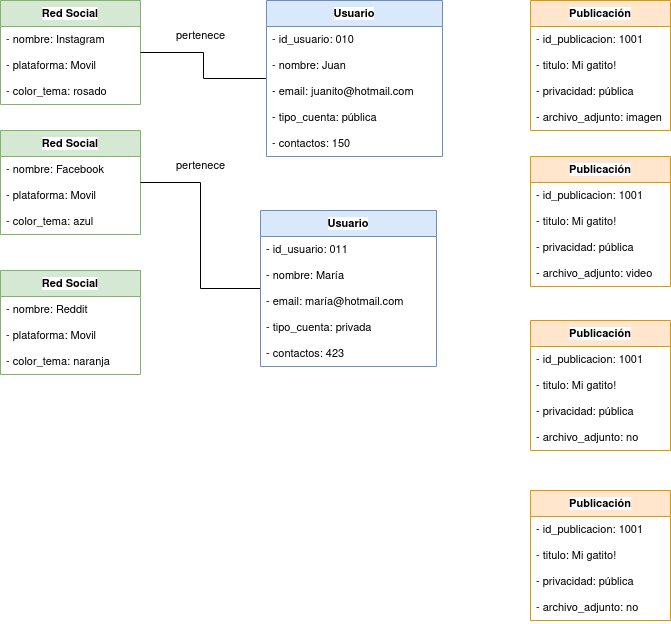
The draw.io diagram diagramas_objetos/red-social/diagrama-objeto-red-social.drawio.png in JesusLugo2002/ETS, before a commit. Source tidied: cells renumbered, new cells last; positions are measured from the earlier drawing's top-left corner, leaving out a move shared by most shapes.
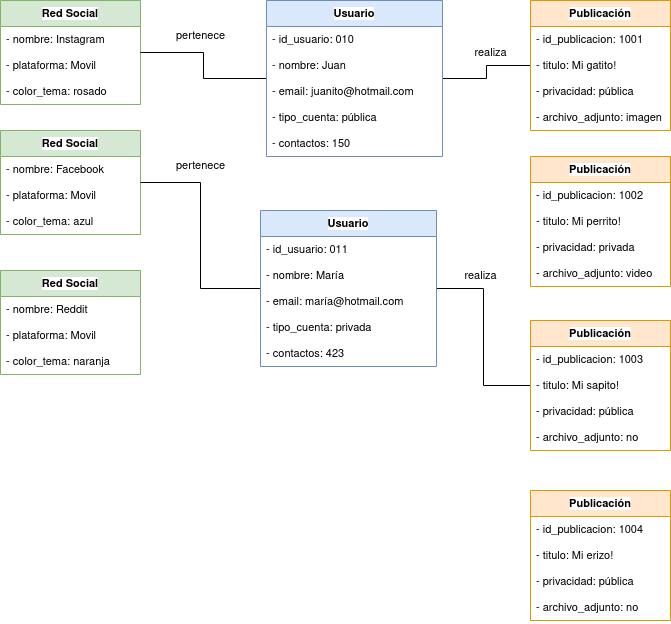
Above is the later version.

Change to the diagram source:
```diff
@@ -17,6 +17,9 @@
     <mxCell id="6" style="edgeStyle=orthogonalEdgeStyle;rounded=0;jettySize=auto;html=1;strokeColor=default;align=center;verticalAlign=middle;fontFamily=Helvetica;fontSize=11;fontColor=default;labelBackgroundColor=default;endArrow=none;endFill=0;" parent="1" edge="1" source="7" target="2">
       <mxGeometry relative="1" as="geometry" />
     </mxCell>
+    <mxCell id="50" style="edgeStyle=orthogonalEdgeStyle;rounded=0;jettySize=auto;html=1;strokeColor=default;align=center;verticalAlign=middle;fontFamily=Helvetica;fontSize=11;fontColor=default;labelBackgroundColor=default;endArrow=none;endFill=0;" parent="1" edge="1" source="7" target="13">
+      <mxGeometry relative="1" as="geometry" />
+    </mxCell>
     <mxCell id="7" value="Usuario" style="swimlane;fontStyle=1;horizontal=1;startSize=26;fillColor=#dae8fc;whiteSpace=wrap;html=1;fontFamily=Helvetica;fontSize=11;labelBackgroundColor=default;strokeColor=#6c8ebf;" parent="1" vertex="1">
       <mxGeometry x="266" width="176" height="156" as="geometry" />
     </mxCell>
@@ -77,6 +80,9 @@
     <mxCell id="26" style="edgeStyle=orthogonalEdgeStyle;rounded=0;jettySize=auto;html=1;strokeColor=default;align=center;verticalAlign=middle;fontFamily=Helvetica;fontSize=11;fontColor=default;labelBackgroundColor=default;endArrow=none;endFill=0;" parent="1" edge="1" source="27" target="18">
       <mxGeometry relative="1" as="geometry" />
     </mxCell>
+    <mxCell id="51" style="edgeStyle=orthogonalEdgeStyle;rounded=0;jettySize=auto;html=1;strokeColor=default;align=center;verticalAlign=middle;fontFamily=Helvetica;fontSize=11;fontColor=default;labelBackgroundColor=default;endArrow=none;endFill=0;" parent="1" edge="1" source="27" target="40">
+      <mxGeometry relative="1" as="geometry" />
+    </mxCell>
     <mxCell id="27" value="Usuario" style="swimlane;fontStyle=1;horizontal=1;startSize=26;fillColor=#dae8fc;whiteSpace=wrap;html=1;fontFamily=Helvetica;fontSize=11;labelBackgroundColor=default;strokeColor=#6c8ebf;" parent="1" vertex="1">
       <mxGeometry x="260" y="210" width="176" height="156" as="geometry" />
     </mxCell>
@@ -104,13 +110,13 @@
     <mxCell id="35" value="Publicación" style="swimlane;fontStyle=1;horizontal=1;startSize=26;fillColor=#ffe6cc;whiteSpace=wrap;html=1;fontFamily=Helvetica;fontSize=11;labelBackgroundColor=default;strokeColor=#d79b00;" parent="1" vertex="1">
       <mxGeometry x="530" y="156" width="140" height="130" as="geometry" />
     </mxCell>
-    <mxCell id="36" value="- id_publicacion: 1001" style="text;strokeColor=none;fillColor=none;align=left;verticalAlign=top;spacingLeft=4;spacingRight=4;overflow=hidden;whiteSpace=wrap;html=1;fontFamily=Helvetica;fontSize=11;fontColor=default;labelBackgroundColor=default;" parent="35" vertex="1">
+    <mxCell id="36" value="- id_publicacion: 1002" style="text;strokeColor=none;fillColor=none;align=left;verticalAlign=top;spacingLeft=4;spacingRight=4;overflow=hidden;whiteSpace=wrap;html=1;fontFamily=Helvetica;fontSize=11;fontColor=default;labelBackgroundColor=default;" parent="35" vertex="1">
       <mxGeometry y="26" width="140" height="26" as="geometry" />
     </mxCell>
-    <mxCell id="37" value="- titulo: Mi gatito!" style="text;strokeColor=none;fillColor=none;align=left;verticalAlign=top;spacingLeft=4;spacingRight=4;overflow=hidden;whiteSpace=wrap;html=1;fontFamily=Helvetica;fontSize=11;fontColor=default;labelBackgroundColor=default;" parent="35" vertex="1">
+    <mxCell id="37" value="- titulo: Mi perrito!" style="text;strokeColor=none;fillColor=none;align=left;verticalAlign=top;spacingLeft=4;spacingRight=4;overflow=hidden;whiteSpace=wrap;html=1;fontFamily=Helvetica;fontSize=11;fontColor=default;labelBackgroundColor=default;" parent="35" vertex="1">
       <mxGeometry y="52" width="140" height="26" as="geometry" />
     </mxCell>
-    <mxCell id="38" value="- privacidad: pública" style="text;strokeColor=none;fillColor=none;align=left;verticalAlign=top;spacingLeft=4;spacingRight=4;overflow=hidden;whiteSpace=wrap;html=1;fontFamily=Helvetica;fontSize=11;fontColor=default;labelBackgroundColor=default;" parent="35" vertex="1">
+    <mxCell id="38" value="- privacidad: privada" style="text;strokeColor=none;fillColor=none;align=left;verticalAlign=top;spacingLeft=4;spacingRight=4;overflow=hidden;whiteSpace=wrap;html=1;fontFamily=Helvetica;fontSize=11;fontColor=default;labelBackgroundColor=default;" parent="35" vertex="1">
       <mxGeometry y="78" width="140" height="26" as="geometry" />
     </mxCell>
     <mxCell id="39" value="- archivo_adjunto: video" style="text;strokeColor=none;fillColor=none;align=left;verticalAlign=top;spacingLeft=4;spacingRight=4;overflow=hidden;whiteSpace=wrap;html=1;fontFamily=Helvetica;fontSize=11;fontColor=default;labelBackgroundColor=default;" parent="35" vertex="1">
@@ -119,10 +125,10 @@
     <mxCell id="40" value="Publicación" style="swimlane;fontStyle=1;horizontal=1;startSize=26;fillColor=#ffe6cc;whiteSpace=wrap;html=1;fontFamily=Helvetica;fontSize=11;labelBackgroundColor=default;strokeColor=#d79b00;" parent="1" vertex="1">
       <mxGeometry x="530" y="320" width="140" height="130" as="geometry" />
     </mxCell>
-    <mxCell id="41" value="- id_publicacion: 1001" style="text;strokeColor=none;fillColor=none;align=left;verticalAlign=top;spacingLeft=4;spacingRight=4;overflow=hidden;whiteSpace=wrap;html=1;fontFamily=Helvetica;fontSize=11;fontColor=default;labelBackgroundColor=default;" parent="40" vertex="1">
+    <mxCell id="41" value="- id_publicacion: 1003" style="text;strokeColor=none;fillColor=none;align=left;verticalAlign=top;spacingLeft=4;spacingRight=4;overflow=hidden;whiteSpace=wrap;html=1;fontFamily=Helvetica;fontSize=11;fontColor=default;labelBackgroundColor=default;" parent="40" vertex="1">
       <mxGeometry y="26" width="140" height="26" as="geometry" />
     </mxCell>
-    <mxCell id="42" value="- titulo: Mi gatito!" style="text;strokeColor=none;fillColor=none;align=left;verticalAlign=top;spacingLeft=4;spacingRight=4;overflow=hidden;whiteSpace=wrap;html=1;fontFamily=Helvetica;fontSize=11;fontColor=default;labelBackgroundColor=default;" parent="40" vertex="1">
+    <mxCell id="42" value="- titulo: Mi sapito!" style="text;strokeColor=none;fillColor=none;align=left;verticalAlign=top;spacingLeft=4;spacingRight=4;overflow=hidden;whiteSpace=wrap;html=1;fontFamily=Helvetica;fontSize=11;fontColor=default;labelBackgroundColor=default;" parent="40" vertex="1">
       <mxGeometry y="52" width="140" height="26" as="geometry" />
     </mxCell>
     <mxCell id="43" value="- privacidad: pública" style="text;strokeColor=none;fillColor=none;align=left;verticalAlign=top;spacingLeft=4;spacingRight=4;overflow=hidden;whiteSpace=wrap;html=1;fontFamily=Helvetica;fontSize=11;fontColor=default;labelBackgroundColor=default;" parent="40" vertex="1">
@@ -134,10 +140,10 @@
     <mxCell id="45" value="Publicación" style="swimlane;fontStyle=1;horizontal=1;startSize=26;fillColor=#ffe6cc;whiteSpace=wrap;html=1;fontFamily=Helvetica;fontSize=11;labelBackgroundColor=default;strokeColor=#d79b00;" parent="1" vertex="1">
       <mxGeometry x="530" y="490" width="140" height="130" as="geometry" />
     </mxCell>
-    <mxCell id="46" value="- id_publicacion: 1001" style="text;strokeColor=none;fillColor=none;align=left;verticalAlign=top;spacingLeft=4;spacingRight=4;overflow=hidden;whiteSpace=wrap;html=1;fontFamily=Helvetica;fontSize=11;fontColor=default;labelBackgroundColor=default;" parent="45" vertex="1">
+    <mxCell id="46" value="- id_publicacion: 1004" style="text;strokeColor=none;fillColor=none;align=left;verticalAlign=top;spacingLeft=4;spacingRight=4;overflow=hidden;whiteSpace=wrap;html=1;fontFamily=Helvetica;fontSize=11;fontColor=default;labelBackgroundColor=default;" parent="45" vertex="1">
       <mxGeometry y="26" width="140" height="26" as="geometry" />
     </mxCell>
-    <mxCell id="47" value="- titulo: Mi gatito!" style="text;strokeColor=none;fillColor=none;align=left;verticalAlign=top;spacingLeft=4;spacingRight=4;overflow=hidden;whiteSpace=wrap;html=1;fontFamily=Helvetica;fontSize=11;fontColor=default;labelBackgroundColor=default;" parent="45" vertex="1">
+    <mxCell id="47" value="- titulo: Mi erizo!" style="text;strokeColor=none;fillColor=none;align=left;verticalAlign=top;spacingLeft=4;spacingRight=4;overflow=hidden;whiteSpace=wrap;html=1;fontFamily=Helvetica;fontSize=11;fontColor=default;labelBackgroundColor=default;" parent="45" vertex="1">
       <mxGeometry y="52" width="140" height="26" as="geometry" />
     </mxCell>
     <mxCell id="48" value="- privacidad: pública" style="text;strokeColor=none;fillColor=none;align=left;verticalAlign=top;spacingLeft=4;spacingRight=4;overflow=hidden;whiteSpace=wrap;html=1;fontFamily=Helvetica;fontSize=11;fontColor=default;labelBackgroundColor=default;" parent="45" vertex="1">
@@ -146,5 +152,11 @@
     <mxCell id="49" value="- archivo_adjunto: no" style="text;strokeColor=none;fillColor=none;align=left;verticalAlign=top;spacingLeft=4;spacingRight=4;overflow=hidden;whiteSpace=wrap;html=1;fontFamily=Helvetica;fontSize=11;fontColor=default;labelBackgroundColor=default;" parent="45" vertex="1">
       <mxGeometry y="104" width="140" height="26" as="geometry" />
     </mxCell>
+    <mxCell id="52" value="realiza" style="text;html=1;align=center;verticalAlign=middle;strokeColor=none;fillColor=none;fontFamily=Helvetica;fontSize=11;fontColor=default;labelBackgroundColor=default;" parent="1" vertex="1">
+      <mxGeometry x="450" y="260" width="60" height="30" as="geometry" />
+    </mxCell>
+    <mxCell id="53" value="realiza" style="text;html=1;align=center;verticalAlign=middle;strokeColor=none;fillColor=none;fontFamily=Helvetica;fontSize=11;fontColor=default;labelBackgroundColor=default;" parent="1" vertex="1">
+      <mxGeometry x="460" y="37" width="60" height="30" as="geometry" />
+    </mxCell>
   </root>
 </mxGraphModel>
```
